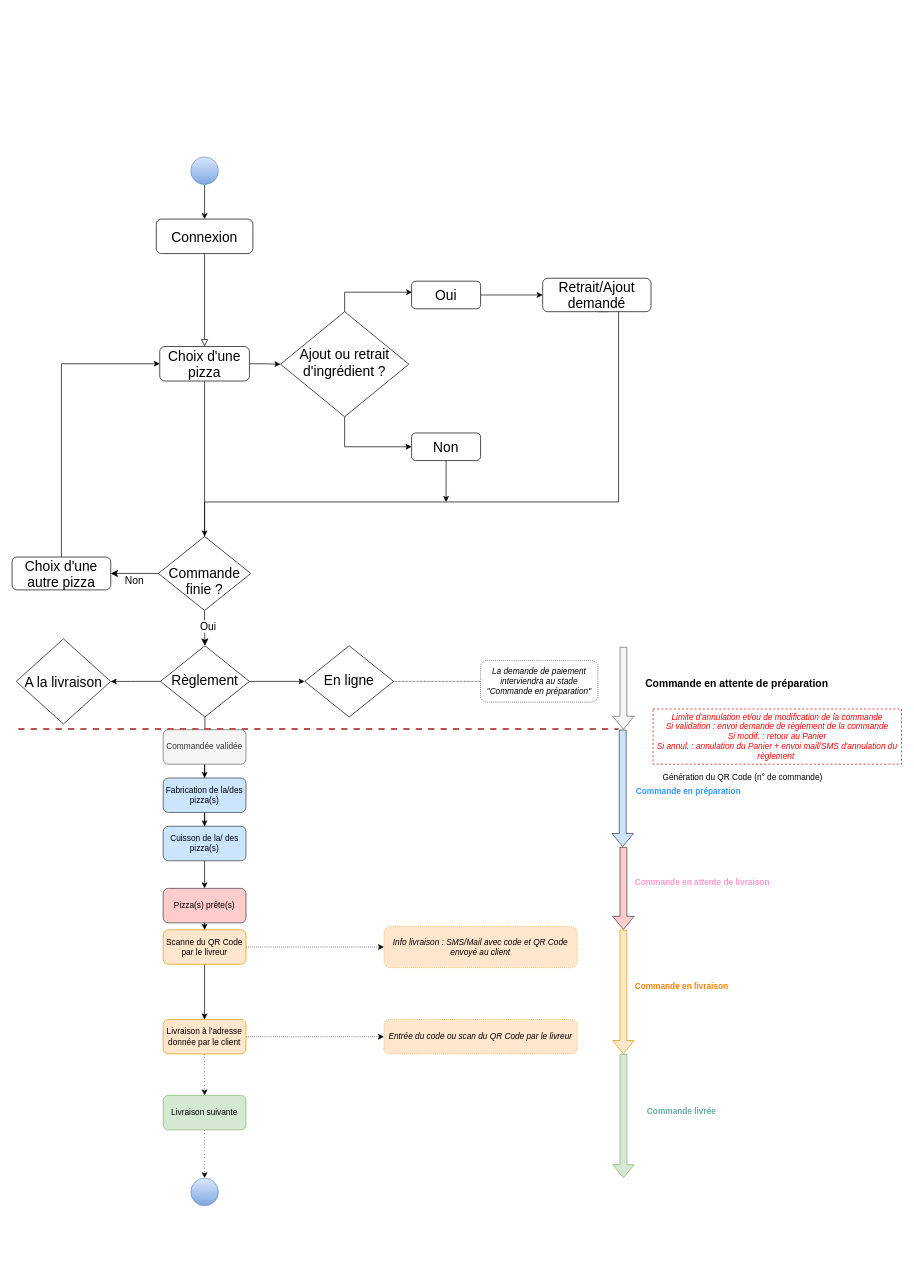
Above: Untitled Diagram.drawio in OMorlotti/P4-analyser-les-besoin-de-mon-client-pour-son-groupe-de-pizzerias (draw.io), before the change. Source tidied: cells renumbered, new cells numbered last; positions are measured from the earlier drawing's top-left corner, leaving out a move shared by most shapes. Both pictures are drawn from the tidied source at 69%, with x=0, y=0 at pixel (12, 12).
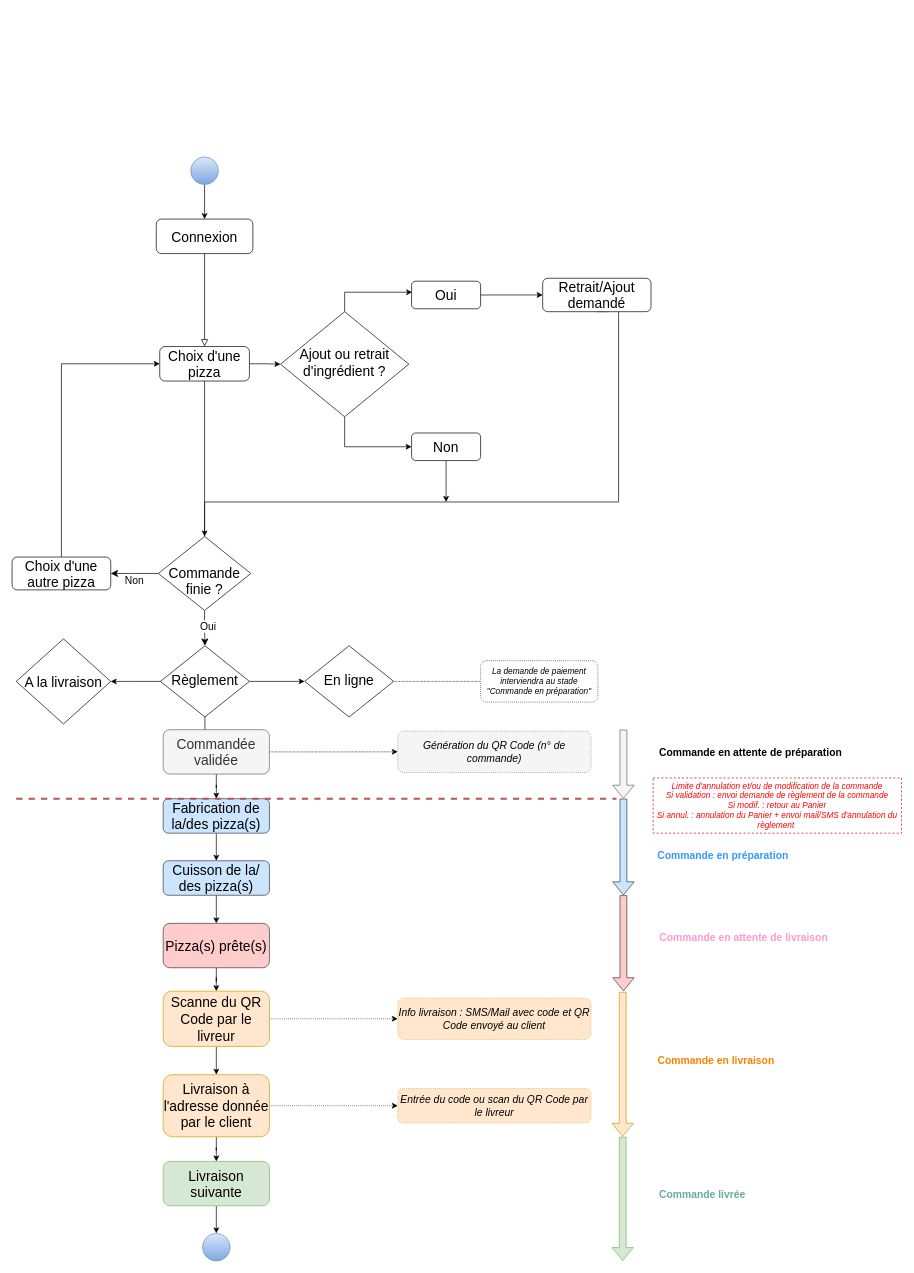
After the change.

Diff of the diagram source:
```diff
@@
+    <mxCell id="65" style="edgeStyle=orthogonalEdgeStyle;rounded=0;jettySize=auto;html=1;endArrow=classic;endFill=1;entryX=0.5;entryY=0;entryDx=0;entryDy=0;dashed=1;dashPattern=1 1;" parent="1" edge="1" source="26" target="61">
+      <mxGeometry relative="1" as="geometry" />
+    </mxCell>
-    <mxCell id="26" value="Commandée validée" style="rounded=1;whiteSpace=wrap;html=1;direction=north;fillColor=#f5f5f5;strokeColor=#666666;fontColor=#333333;" parent="1" vertex="1">
-      <mxGeometry x="219" y="1040" width="120" height="50" as="geometry" />
+    <mxCell id="26" value="&lt;font style=&quot;font-size: 20px&quot;&gt;Commandée validée&lt;/font&gt;" style="rounded=1;whiteSpace=wrap;html=1;direction=north;fillColor=#f5f5f5;strokeColor=#666666;fontColor=#333333;" parent="1" vertex="1">
+      <mxGeometry x="219" y="1040" width="154" height="64.3" as="geometry" />
     </mxCell>
@@
-    <mxCell id="28" value="Fabrication de la/des pizza(s)" style="rounded=1;whiteSpace=wrap;html=1;direction=north;fillColor=#cce5ff;strokeColor=#36393d;" parent="1" vertex="1">
-      <mxGeometry x="219" y="1110" width="120" height="50" as="geometry" />
+    <mxCell id="28" value="&lt;font style=&quot;font-size: 20px&quot;&gt;Fabrication de la/des pizza(s)&lt;/font&gt;" style="rounded=1;whiteSpace=wrap;html=1;direction=north;fillColor=#cce5ff;strokeColor=#36393d;" parent="1" vertex="1">
+      <mxGeometry x="219" y="1140" width="154" height="50" as="geometry" />
     </mxCell>
-    <mxCell id="29" style="edgeStyle=orthogonalEdgeStyle;rounded=0;jettySize=auto;html=1;strokeWidth=1;" parent="1" edge="1" source="30" target="32">
+    <mxCell id="29" style="edgeStyle=orthogonalEdgeStyle;rounded=0;jettySize=auto;html=1;endArrow=classic;endFill=1;" parent="1" edge="1" source="30" target="32">
       <mxGeometry relative="1" as="geometry" />
     </mxCell>
-    <mxCell id="30" value="Cuisson de la/ des pizza(s)" style="rounded=1;whiteSpace=wrap;html=1;direction=north;fillColor=#cce5ff;strokeColor=#36393d;" parent="1" vertex="1">
-      <mxGeometry x="219" y="1180" width="120" height="50" as="geometry" />
+    <mxCell id="30" value="&lt;font style=&quot;font-size: 20px&quot;&gt;Cuisson de la/ des pizza(s)&lt;/font&gt;" style="rounded=1;whiteSpace=wrap;html=1;direction=north;fillColor=#cce5ff;strokeColor=#36393d;" parent="1" vertex="1">
+      <mxGeometry x="219" y="1230" width="154" height="50" as="geometry" />
     </mxCell>
@@
-    <mxCell id="32" value="Pizza(s) prête(s)" style="rounded=1;whiteSpace=wrap;html=1;direction=north;fillColor=#ffcccc;strokeColor=#36393d;" parent="1" vertex="1">
-      <mxGeometry x="219" y="1270" width="120" height="50" as="geometry" />
+    <mxCell id="32" value="&lt;font style=&quot;font-size: 20px&quot;&gt;Pizza(s) prête(s)&lt;/font&gt;" style="rounded=1;whiteSpace=wrap;html=1;direction=north;fillColor=#ffcccc;strokeColor=#36393d;" parent="1" vertex="1">
+      <mxGeometry x="219" y="1320.7" width="154" height="64.3" as="geometry" />
     </mxCell>
@@
-    <mxCell id="35" value="Scanne du QR Code par le livreur" style="rounded=1;whiteSpace=wrap;html=1;direction=north;fillColor=#ffe6cc;strokeColor=#d79b00;" parent="1" vertex="1">
-      <mxGeometry x="219" y="1330" width="120" height="50" as="geometry" />
+    <mxCell id="35" value="&lt;font style=&quot;font-size: 20px&quot;&gt;Scanne du QR Code par le livreur&lt;/font&gt;" style="rounded=1;whiteSpace=wrap;html=1;direction=north;fillColor=#ffe6cc;strokeColor=#d79b00;" parent="1" vertex="1">
+      <mxGeometry x="219" y="1419" width="154" height="80" as="geometry" />
     </mxCell>
-    <mxCell id="36" value="&lt;i&gt;Info livraison : SMS/Mail avec code et QR Code envoyé au client&lt;/i&gt;" style="rounded=1;whiteSpace=wrap;html=1;direction=north;fillColor=#ffe6cc;strokeColor=#d79b00;dashed=1;dashPattern=1 2;" parent="1" vertex="1">
-      <mxGeometry x="539" y="1325" width="280" height="60" as="geometry" />
+    <mxCell id="36" value="&lt;i&gt;&lt;font style=&quot;font-size: 15px&quot;&gt;Info livraison : SMS/Mail avec code et QR Code envoyé au client&lt;/font&gt;&lt;/i&gt;" style="rounded=1;whiteSpace=wrap;html=1;direction=north;fillColor=#ffe6cc;strokeColor=#d79b00;dashed=1;dashPattern=1 2;" parent="1" vertex="1">
+      <mxGeometry x="559" y="1429" width="280" height="60" as="geometry" />
     </mxCell>
@@
-    <mxCell id="38" style="edgeStyle=orthogonalEdgeStyle;rounded=0;jettySize=auto;html=1;dashed=1;dashPattern=1 4;fontColor=#E6D0DE;" parent="1" edge="1" source="39" target="41">
+    <mxCell id="38" style="edgeStyle=orthogonalEdgeStyle;rounded=0;jettySize=auto;html=1;fontColor=#E6D0DE;" parent="1" edge="1" source="39" target="41">
       <mxGeometry relative="1" as="geometry" />
     </mxCell>
-    <mxCell id="39" value="Livraison à l'adresse donnée par le client" style="rounded=1;whiteSpace=wrap;html=1;direction=north;fillColor=#ffe6cc;strokeColor=#d79b00;" parent="1" vertex="1">
-      <mxGeometry x="219" y="1460" width="120" height="50" as="geometry" />
+    <mxCell id="39" value="&lt;font style=&quot;font-size: 20px&quot;&gt;Livraison à l'adresse donnée par le client&lt;/font&gt;" style="rounded=1;whiteSpace=wrap;html=1;direction=north;fillColor=#ffe6cc;strokeColor=#d79b00;" parent="1" vertex="1">
+      <mxGeometry x="219" y="1540" width="154" height="90" as="geometry" />
     </mxCell>
-    <mxCell id="40" style="edgeStyle=orthogonalEdgeStyle;rounded=0;jettySize=auto;html=1;dashed=1;dashPattern=1 4;fontColor=#E6D0DE;" parent="1" edge="1" source="41" target="47">
+    <mxCell id="40" style="edgeStyle=orthogonalEdgeStyle;rounded=0;jettySize=auto;html=1;fontColor=#E6D0DE;" parent="1" edge="1" source="41" target="47">
       <mxGeometry relative="1" as="geometry" />
     </mxCell>
-    <mxCell id="41" value="Livraison suivante" style="rounded=1;whiteSpace=wrap;html=1;direction=north;fillColor=#d5e8d4;strokeColor=#82b366;" parent="1" vertex="1">
-      <mxGeometry x="219" y="1570" width="120" height="50" as="geometry" />
+    <mxCell id="41" value="&lt;font style=&quot;font-size: 20px&quot;&gt;Livraison suivante&lt;/font&gt;" style="rounded=1;whiteSpace=wrap;html=1;direction=north;fillColor=#d5e8d4;strokeColor=#82b366;" parent="1" vertex="1">
+      <mxGeometry x="219" y="1665.7" width="154" height="64.3" as="geometry" />
     </mxCell>
-    <mxCell id="42" value="&lt;i&gt;Entrée du code ou scan du QR Code par le livreur&lt;/i&gt;" style="rounded=1;whiteSpace=wrap;html=1;direction=north;fillColor=#ffe6cc;strokeColor=#d79b00;dashed=1;dashPattern=1 2;" parent="1" vertex="1">
-      <mxGeometry x="539" y="1460" width="280" height="50" as="geometry" />
+    <mxCell id="42" value="&lt;i&gt;&lt;font style=&quot;font-size: 15px&quot;&gt;Entrée du code ou scan du QR Code par le livreur&lt;/font&gt;&lt;/i&gt;" style="rounded=1;whiteSpace=wrap;html=1;direction=north;fillColor=#ffe6cc;strokeColor=#d79b00;dashed=1;dashPattern=1 2;" parent="1" vertex="1">
+      <mxGeometry x="559" y="1560" width="280" height="50" as="geometry" />
     </mxCell>
@@
     <mxCell id="44" value="&lt;font color=&quot;#ff0000&quot;&gt;Limite d'annulation et/ou de modification de la commande&lt;br&gt;Si validation : envoi demande de règlement de la commande&lt;br&gt;Si modif. : retour au Panier&lt;br&gt;Si annul. : annulation du Panier + envoi mail/SMS d'annulation du règlement&amp;nbsp;&lt;br&gt;&lt;/font&gt;" style="text;html=1;strokeColor=#CC0000;fillColor=none;align=center;verticalAlign=middle;whiteSpace=wrap;rounded=0;fontStyle=2;dashed=1;" parent="1" vertex="1">
-      <mxGeometry x="929" y="1010" width="360" height="80" as="geometry" />
+      <mxGeometry x="929" y="1110" width="360" height="80" as="geometry" />
     </mxCell>
@@
     <mxCell id="47" style="ellipse;whiteSpace=wrap;html=1;fillColor=#dae8fc;gradientColor=#7ea6e0;strokeColor=#6c8ebf;" parent="1" vertex="1">
-      <mxGeometry x="259" y="1690" width="40" height="40" as="geometry" />
+      <mxGeometry x="276" y="1770" width="40" height="40" as="geometry" />
     </mxCell>
     <mxCell id="48" style="shape=flexArrow;endArrow=classic;html=1;fillColor=#cce5ff;strokeColor=#36393d;" parent="1" edge="1">
       <mxGeometry relative="1" as="geometry">
-        <mxPoint x="885" y="1040" as="sourcePoint" />
-        <mxPoint x="885" y="1210" as="targetPoint" />
+        <mxPoint x="886" y="1140" as="sourcePoint" />
+        <mxPoint x="886" y="1280" as="targetPoint" />
       </mxGeometry>
     </mxCell>
     <mxCell id="49" value="&lt;font style=&quot;font-size: 15px&quot;&gt;Commande en attente de préparation&lt;/font&gt;" style="text;html=1;align=center;verticalAlign=middle;labelBackgroundColor=#ffffff;rotation=0;fontStyle=1;" parent="48" vertex="1">
       <mxGeometry x="-0.73" y="4" relative="1" as="geometry">
-        <mxPoint x="160" y="-91.4" as="offset" />
+        <mxPoint x="179" y="-86.9" as="offset" />
       </mxGeometry>
     </mxCell>
     <mxCell id="50" style="endArrow=none;dashed=1;html=1;fillColor=#f8cecc;strokeColor=#b85450;strokeWidth=3;" parent="1" edge="1">
       <mxGeometry relative="1" as="geometry">
-        <mxPoint x="9" y="1039" as="sourcePoint" />
-        <mxPoint x="879" y="1039" as="targetPoint" />
+        <mxPoint x="6" y="1140" as="sourcePoint" />
+        <mxPoint x="876" y="1140" as="targetPoint" />
       </mxGeometry>
     </mxCell>
     <mxCell id="51" style="shape=flexArrow;endArrow=classic;html=1;fillColor=#f5f5f5;strokeColor=#666666;" parent="1" edge="1">
       <mxGeometry relative="1" as="geometry">
-        <mxPoint x="886" y="920" as="sourcePoint" />
-        <mxPoint x="886" y="1040" as="targetPoint" />
+        <mxPoint x="886" y="1040" as="sourcePoint" />
+        <mxPoint x="886" y="1140" as="targetPoint" />
       </mxGeometry>
     </mxCell>
-    <mxCell id="52" value="Commande en préparation" style="text;html=1;align=center;verticalAlign=middle;labelBackgroundColor=#ffffff;rotation=0;fontColor=#3399FF;fontStyle=1;" parent="51" vertex="1">
+    <mxCell id="52" value="&lt;font style=&quot;font-size: 15px&quot;&gt;Commande en préparation&lt;/font&gt;" style="text;html=1;align=center;verticalAlign=middle;labelBackgroundColor=#ffffff;rotation=0;fontColor=#3399FF;fontStyle=1;" parent="51" vertex="1">
       <mxGeometry x="-0.73" y="4" relative="1" as="geometry">
-        <mxPoint x="89" y="192" as="offset" />
+        <mxPoint x="139" y="167" as="offset" />
       </mxGeometry>
     </mxCell>
     <mxCell id="53" style="shape=flexArrow;endArrow=classic;html=1;fillColor=#ffcccc;strokeColor=#36393d;" parent="1" edge="1">
       <mxGeometry relative="1" as="geometry">
-        <mxPoint x="886" y="1210" as="sourcePoint" />
-        <mxPoint x="886" y="1330" as="targetPoint" />
+        <mxPoint x="886" y="1280" as="sourcePoint" />
+        <mxPoint x="886" y="1419" as="targetPoint" />
       </mxGeometry>
     </mxCell>
-    <mxCell id="54" value="Commande en attente de livraison" style="text;html=1;align=center;verticalAlign=middle;labelBackgroundColor=#ffffff;rotation=0;fontColor=#FF99CC;fontStyle=1;" parent="53" vertex="1">
+    <mxCell id="54" value="&lt;font style=&quot;font-size: 15px&quot;&gt;Commande en attente de livraison&lt;/font&gt;" style="text;html=1;align=center;verticalAlign=middle;labelBackgroundColor=#ffffff;rotation=0;fontColor=#FF99CC;fontStyle=1;" parent="53" vertex="1">
       <mxGeometry x="0.09" y="10" relative="1" as="geometry">
-        <mxPoint x="103" y="-14.7" as="offset" />
+        <mxPoint x="163" y="-16" as="offset" />
       </mxGeometry>
     </mxCell>
     <mxCell id="55" style="shape=flexArrow;endArrow=classic;html=1;fillColor=#ffe6cc;strokeColor=#d79b00;" parent="1" edge="1">
       <mxGeometry relative="1" as="geometry">
-        <mxPoint x="886" y="1330" as="sourcePoint" />
-        <mxPoint x="886" y="1510" as="targetPoint" />
+        <mxPoint x="885" y="1420" as="sourcePoint" />
+        <mxPoint x="885" y="1630" as="targetPoint" />
       </mxGeometry>
     </mxCell>
-    <mxCell id="56" value="Commande en livraison" style="text;html=1;align=center;verticalAlign=middle;labelBackgroundColor=#ffffff;rotation=0;fontColor=#FF8000;fontStyle=1;" parent="55" vertex="1">
+    <mxCell id="56" value="&lt;font style=&quot;font-size: 15px&quot;&gt;Commande en livraison&lt;/font&gt;" style="text;html=1;align=center;verticalAlign=middle;labelBackgroundColor=#ffffff;rotation=0;fontColor=#FF8000;fontStyle=1;" parent="55" vertex="1">
       <mxGeometry x="0.09" y="10" relative="1" as="geometry">
-        <mxPoint x="73" y="-15.3" as="offset" />
+        <mxPoint x="124" y="-15.3" as="offset" />
       </mxGeometry>
     </mxCell>
     <mxCell id="57" style="shape=flexArrow;endArrow=classic;html=1;fillColor=#d5e8d4;strokeColor=#82b366;" parent="1" edge="1">
       <mxGeometry relative="1" as="geometry">
-        <mxPoint x="886" y="1510" as="sourcePoint" />
-        <mxPoint x="886" y="1690" as="targetPoint" />
+        <mxPoint x="885" y="1630" as="sourcePoint" />
+        <mxPoint x="885" y="1810" as="targetPoint" />
       </mxGeometry>
     </mxCell>
-    <mxCell id="58" value="Commande livrée" style="text;html=1;align=center;verticalAlign=middle;labelBackgroundColor=#ffffff;rotation=0;fontColor=#67AB9F;fontStyle=1;" parent="57" vertex="1">
+    <mxCell id="58" value="&lt;font style=&quot;font-size: 15px&quot;&gt;Commande livrée&lt;/font&gt;" style="text;html=1;align=center;verticalAlign=middle;labelBackgroundColor=#ffffff;rotation=0;fontColor=#67AB9F;fontStyle=1;" parent="57" vertex="1">
       <mxGeometry x="0.09" y="10" relative="1" as="geometry">
-        <mxPoint x="73" y="-15.3" as="offset" />
+        <mxPoint x="104" y="-15.3" as="offset" />
       </mxGeometry>
     </mxCell>
@@
-    <mxCell id="61" value="&lt;font color=&quot;#000000&quot;&gt;Génération du QR Code (n° de commande)&lt;/font&gt;" style="text;html=1;strokeColor=none;fillColor=none;align=center;verticalAlign=middle;whiteSpace=wrap;rounded=0;dashed=1;fontColor=#FF99CC;" parent="1" vertex="1">
-      <mxGeometry x="899" y="1100" width="320" height="20" as="geometry" />
-    </mxCell>
@@
+    <mxCell id="61" value="&lt;i&gt;&lt;font style=&quot;font-size: 15px&quot;&gt;Génération du QR Code (n° de commande)&lt;/font&gt;&lt;/i&gt;" style="rounded=1;whiteSpace=wrap;html=1;direction=north;fillColor=#F5F5F5;strokeColor=#666666;dashed=1;dashPattern=1 2;" parent="1" vertex="1">
+      <mxGeometry x="559" y="1042.1" width="280" height="60" as="geometry" />
+    </mxCell>
```
